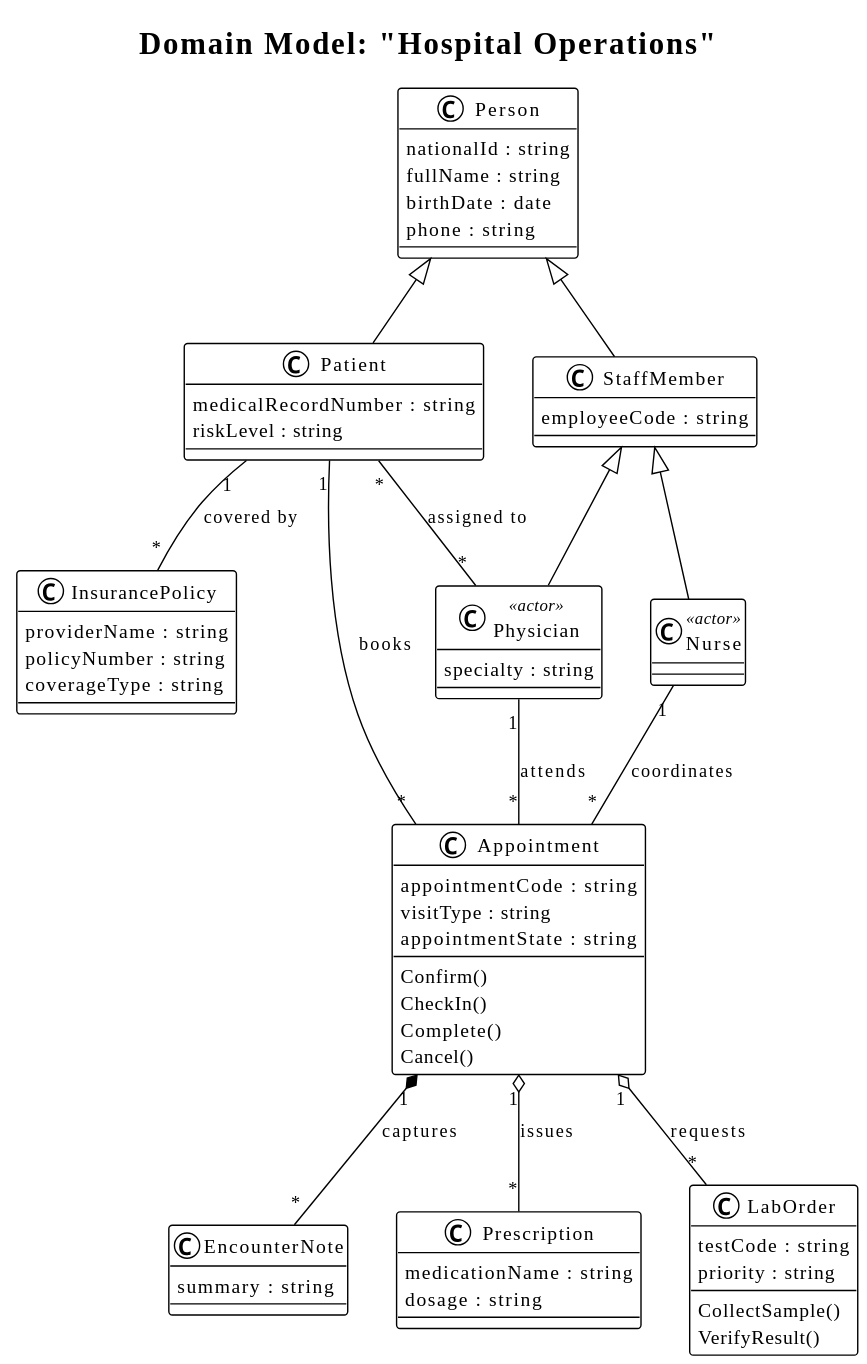
Before: examples/hospital-operations/generated/domain/HospitalOperations.domain.svg, a diagram exported from PlantUML (fredoslav2004/modt-core). The source it was exported from:
```plantuml
@startuml
title Domain Model: "Hospital Operations"
!theme plain
skinparam classAttributeIconSize 0
class Person {
  nationalId : string
  fullName : string
  birthDate : date
  phone : string
}
class Patient {
  medicalRecordNumber : string
  riskLevel : string
}
Person <|-- Patient
class StaffMember {
  employeeCode : string
}
Person <|-- StaffMember
class Physician <<actor>> {
  specialty : string
}
StaffMember <|-- Physician
class Nurse <<actor>> {
}
StaffMember <|-- Nurse
class Appointment {
  appointmentCode : string
  visitType : string
  appointmentState : string
  Confirm()
  CheckIn()
  Complete()
  Cancel()
}
class EncounterNote {
  summary : string
}
class Prescription {
  medicationName : string
  dosage : string
}
class LabOrder {
  testCode : string
  priority : string
  CollectSample()
  VerifyResult()
}
class InsurancePolicy {
  providerName : string
  policyNumber : string
  coverageType : string
}
Patient "1" -- "*" Appointment : books
Physician "1" -- "*" Appointment : attends
Nurse "1" -- "*" Appointment : coordinates
Appointment "1" *-- "*" EncounterNote : captures
Appointment "1" o-- "*" Prescription : issues
Appointment "1" o-- "*" LabOrder : requests
Patient "1" -- "*" InsurancePolicy : covered by
Patient "*" -- "*" Physician : assigned to
@enduml
```
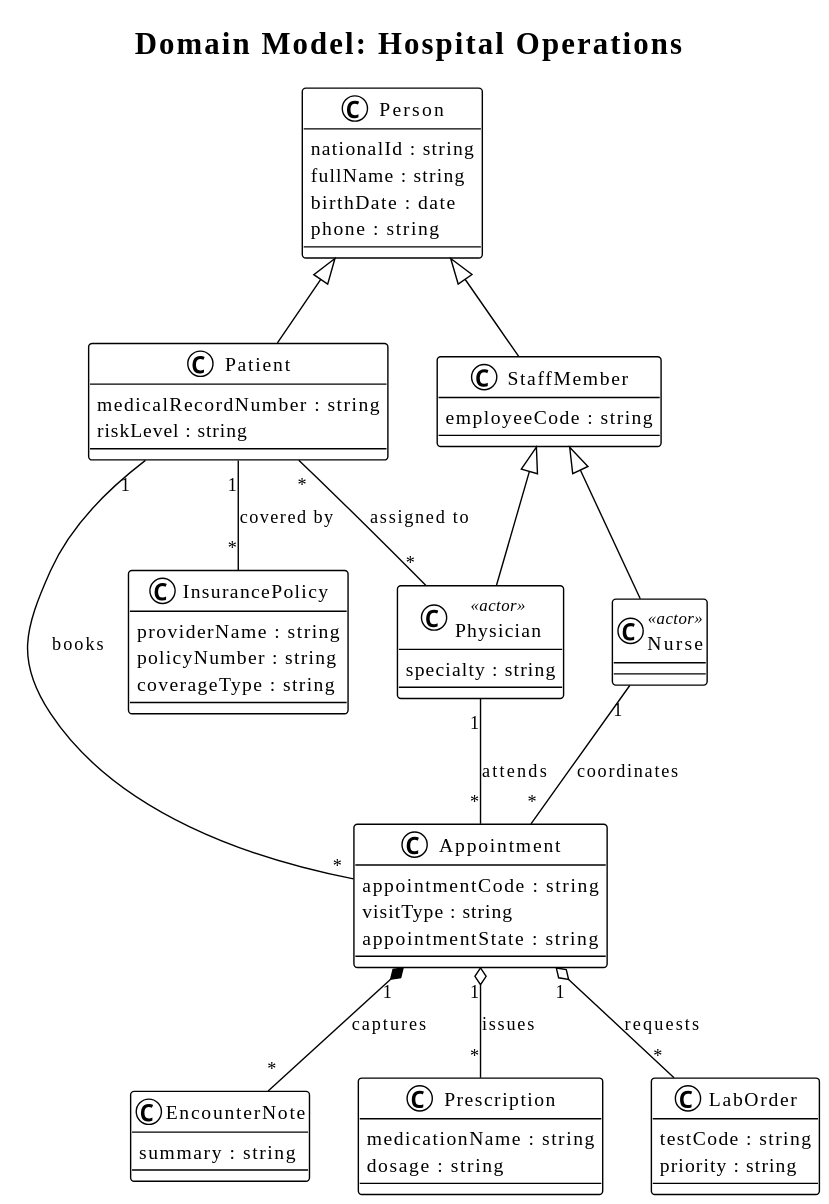
Above is the later version.

Diff of the diagram source:
```diff
@@ -1,7 +1,28 @@
 @startuml
-title Domain Model: "Hospital Operations"
+title Domain Model: Hospital Operations
 !theme plain
 skinparam classAttributeIconSize 0
+class Appointment {
+  appointmentCode : string
+  visitType : string
+  appointmentState : string
+}
+class EncounterNote {
+  summary : string
+}
+class Prescription {
+  medicationName : string
+  dosage : string
+}
+class LabOrder {
+  testCode : string
+  priority : string
+}
+class InsurancePolicy {
+  providerName : string
+  policyNumber : string
+  coverageType : string
+}
 class Person {
   nationalId : string
   fullName : string
@@ -24,33 +45,6 @@
 class Nurse <<actor>> {
 }
 StaffMember <|-- Nurse
-class Appointment {
-  appointmentCode : string
-  visitType : string
-  appointmentState : string
-  Confirm()
-  CheckIn()
-  Complete()
-  Cancel()
-}
-class EncounterNote {
-  summary : string
-}
-class Prescription {
-  medicationName : string
-  dosage : string
-}
-class LabOrder {
-  testCode : string
-  priority : string
-  CollectSample()
-  VerifyResult()
-}
-class InsurancePolicy {
-  providerName : string
-  policyNumber : string
-  coverageType : string
-}
 Patient "1" -- "*" Appointment : books
 Physician "1" -- "*" Appointment : attends
 Nurse "1" -- "*" Appointment : coordinates
```
